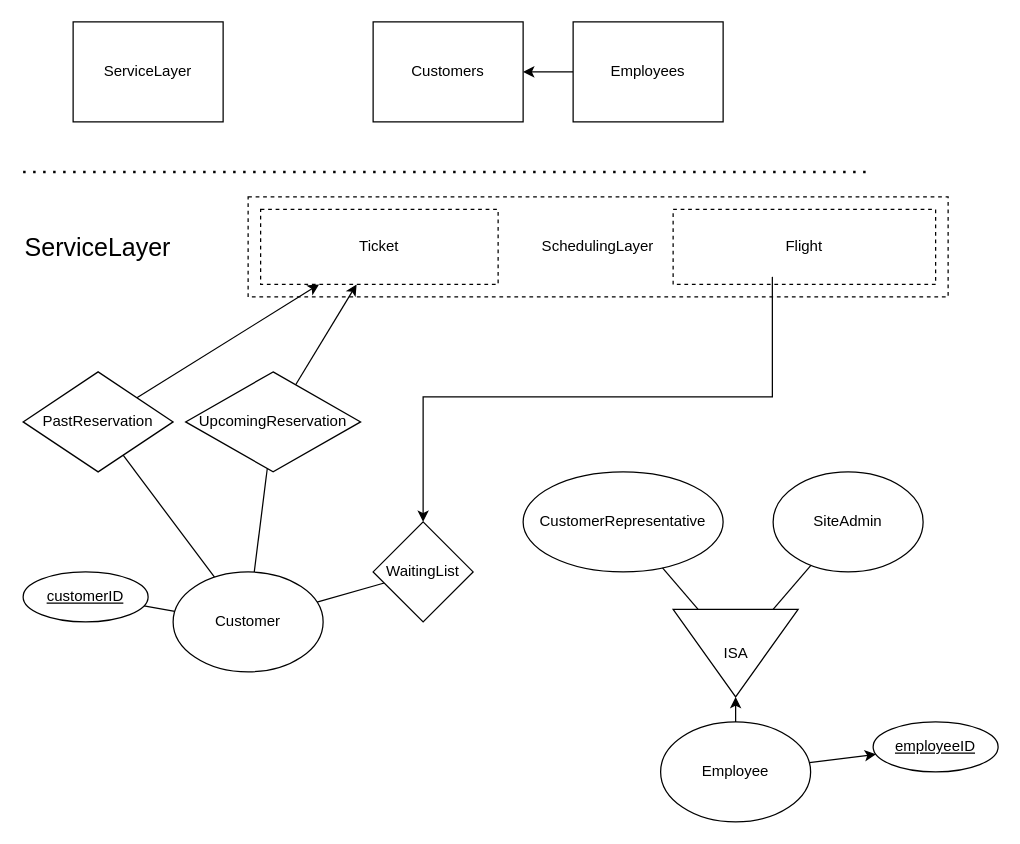
Above: page "ServiceLayer" (5 of 7) of ERDiagram.drawio in kyle4036/DatabaseManagement2026Project1 (draw.io), before the change. Source tidied: cells renumbered, new cells numbered last; positions are measured from the earlier drawing's top-left corner, leaving out a move shared by most shapes. Both pictures are drawn from the tidied source at 125%, with x=0, y=0 at pixel (22, 21).
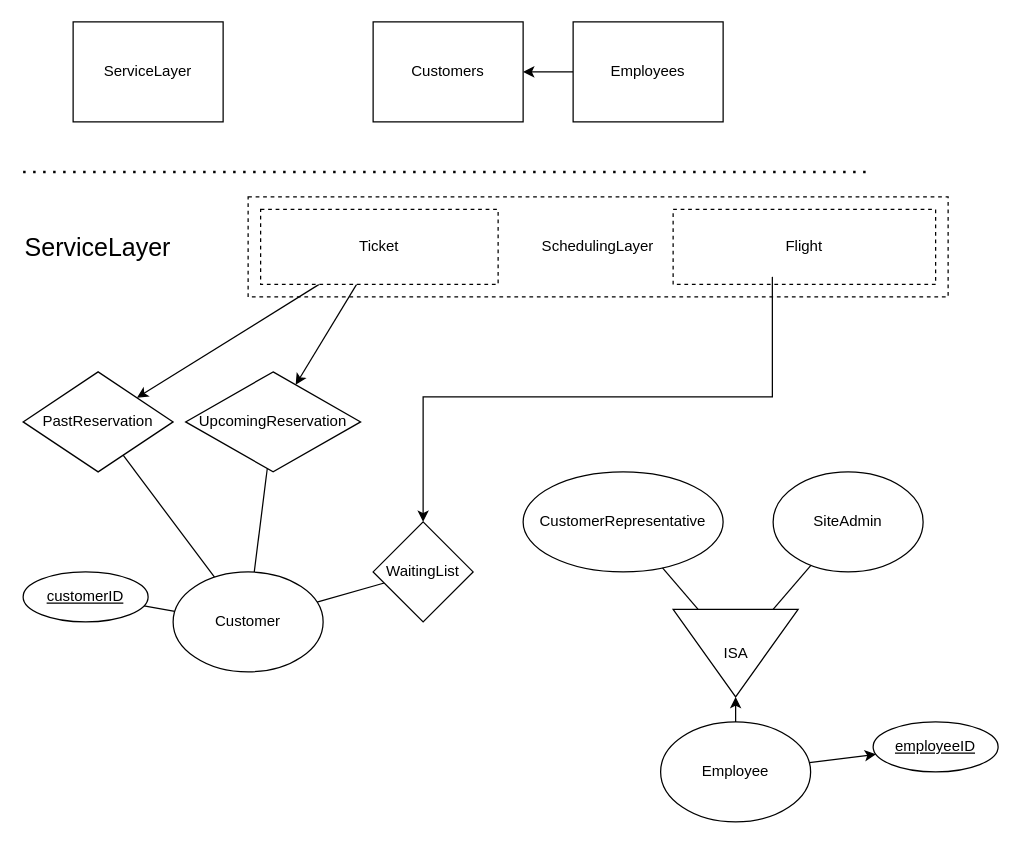
The same page after the edit.

Unchanged cells that the change refers to:
```xml
<mxCell id="26" value="PastReservation" style="rhombus;whiteSpace=wrap;html=1;" parent="1" vertex="1">
  <mxGeometry y="280" width="120" height="80" as="geometry" />
</mxCell>
<mxCell id="28" value="Upcoming&lt;span style=&quot;background-color: transparent; color: light-dark(rgb(0, 0, 0), rgb(255, 255, 255));&quot;&gt;Reservation&lt;/span&gt;" style="rhombus;whiteSpace=wrap;html=1;" parent="1" vertex="1">
  <mxGeometry x="130" y="280" width="140" height="80" as="geometry" />
</mxCell>
<mxCell id="29" value="Ticket" style="rounded=0;whiteSpace=wrap;html=1;dashed=1;" parent="1" vertex="1">
  <mxGeometry x="190" y="150" width="190" height="60" as="geometry" />
</mxCell>
```

The edit, as a diff of the source:
```diff
@@
-    <mxCell id="25" style="rounded=0;jettySize=auto;html=1;endArrow=classic;endFill=1;" parent="1" edge="1" source="26" target="29">
+    <mxCell id="25" style="rounded=0;jettySize=auto;html=1;endArrow=none;endFill=0;startArrow=classic;startFill=1;" parent="1" edge="1" source="26" target="29">
       <mxGeometry relative="1" as="geometry" />
     </mxCell>
@@
-    <mxCell id="27" style="rounded=0;jettySize=auto;html=1;" parent="1" edge="1" source="28" target="29">
+    <mxCell id="27" style="rounded=0;jettySize=auto;html=1;endArrow=none;endFill=0;startArrow=classic;startFill=1;" parent="1" edge="1" source="28" target="29">
       <mxGeometry relative="1" as="geometry" />
     </mxCell>
```
